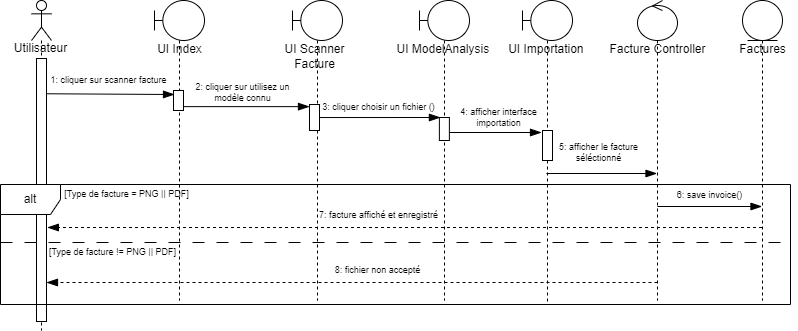
weda-mossab/PFE keeps this draw.io diagram as Conception/Sprint 3/seq_scanner_facture.drawio.png. Above is the earlier version. Source tidied: cells renumbered, new cells last; positions are measured from the earlier drawing's top-left corner, leaving out a move shared by most shapes.
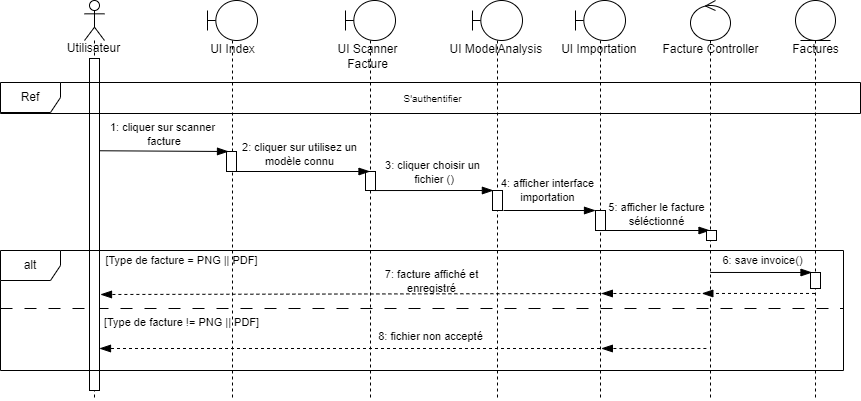
Later version of the same file.

Diff of the diagram source:
```diff
@@ -6,22 +6,22 @@
       <mxGeometry y="33" width="80" height="30" as="geometry" />
     </mxCell>
     <mxCell id="3" style="shape=umlLifeline;perimeter=lifelinePerimeter;whiteSpace=wrap;html=1;newEdgeStyle={&quot;edgeStyle&quot;:&quot;elbowEdgeStyle&quot;,&quot;elbow&quot;:&quot;vertical&quot;,&quot;curved&quot;:0,&quot;rounded&quot;:0};participant=umlActor;" parent="1" vertex="1">
-      <mxGeometry x="31" width="20" height="330" as="geometry" />
+      <mxGeometry x="31" width="20" height="400" as="geometry" />
     </mxCell>
     <mxCell id="4" style="shape=umlLifeline;perimeter=lifelinePerimeter;whiteSpace=wrap;html=1;newEdgeStyle={&quot;edgeStyle&quot;:&quot;elbowEdgeStyle&quot;,&quot;elbow&quot;:&quot;vertical&quot;,&quot;curved&quot;:0,&quot;rounded&quot;:0};participant=umlBoundary;" parent="1" vertex="1">
-      <mxGeometry x="419" width="50" height="300" as="geometry" />
+      <mxGeometry x="419" width="50" height="400" as="geometry" />
     </mxCell>
     <mxCell id="5" style="html=1;points=[];perimeter=orthogonalPerimeter;outlineConnect=0;targetShapes=umlLifeline;portConstraint=eastwest;newEdgeStyle={&quot;edgeStyle&quot;:&quot;elbowEdgeStyle&quot;,&quot;elbow&quot;:&quot;vertical&quot;,&quot;curved&quot;:0,&quot;rounded&quot;:0};" parent="4" vertex="1">
-      <mxGeometry x="19.9" y="117" width="10" height="23" as="geometry" />
+      <mxGeometry x="20" y="190" width="10" height="20" as="geometry" />
     </mxCell>
     <mxCell id="6" value="UI ModelAnalysis&amp;nbsp;" style="text;html=1;align=center;verticalAlign=middle;strokeColor=none;fillColor=none;" parent="1" vertex="1">
       <mxGeometry x="384" y="34" width="120" height="30" as="geometry" />
     </mxCell>
     <mxCell id="7" style="shape=umlLifeline;perimeter=lifelinePerimeter;whiteSpace=wrap;html=1;outlineConnect=0;portConstraint=eastwest;newEdgeStyle={&quot;edgeStyle&quot;:&quot;elbowEdgeStyle&quot;,&quot;elbow&quot;:&quot;vertical&quot;,&quot;curved&quot;:0,&quot;rounded&quot;:0};participant=umlEntity;" parent="1" vertex="1">
-      <mxGeometry x="742" width="40" height="300" as="geometry" />
+      <mxGeometry x="742" width="40" height="400" as="geometry" />
     </mxCell>
     <mxCell id="8" style="shape=umlLifeline;perimeter=lifelinePerimeter;whiteSpace=wrap;html=1;outlineConnect=0;portConstraint=eastwest;newEdgeStyle={&quot;edgeStyle&quot;:&quot;elbowEdgeStyle&quot;,&quot;elbow&quot;:&quot;vertical&quot;,&quot;curved&quot;:0,&quot;rounded&quot;:0};participant=umlControl;" parent="1" vertex="1">
-      <mxGeometry x="637" width="40" height="300" as="geometry" />
+      <mxGeometry x="637" width="40" height="400" as="geometry" />
     </mxCell>
     <mxCell id="9" value="Facture Controller" style="text;html=1;align=center;verticalAlign=middle;strokeColor=none;fillColor=none;" parent="1" vertex="1">
       <mxGeometry x="597" y="34" width="120" height="30" as="geometry" />
@@ -30,10 +30,10 @@
       <mxGeometry x="727" y="34" width="70" height="30" as="geometry" />
     </mxCell>
     <mxCell id="11" style="shape=umlLifeline;perimeter=lifelinePerimeter;whiteSpace=wrap;html=1;newEdgeStyle={&quot;edgeStyle&quot;:&quot;elbowEdgeStyle&quot;,&quot;elbow&quot;:&quot;vertical&quot;,&quot;curved&quot;:0,&quot;rounded&quot;:0};participant=umlBoundary;" parent="1" vertex="1">
-      <mxGeometry x="154" width="50" height="300" as="geometry" />
+      <mxGeometry x="154" width="50" height="400" as="geometry" />
     </mxCell>
     <mxCell id="12" style="html=1;points=[];perimeter=orthogonalPerimeter;outlineConnect=0;targetShapes=umlLifeline;portConstraint=eastwest;newEdgeStyle={&quot;edgeStyle&quot;:&quot;elbowEdgeStyle&quot;,&quot;elbow&quot;:&quot;vertical&quot;,&quot;curved&quot;:0,&quot;rounded&quot;:0};" parent="11" vertex="1">
-      <mxGeometry x="19" y="90" width="10" height="20" as="geometry" />
+      <mxGeometry x="19" y="151" width="10" height="20" as="geometry" />
     </mxCell>
     <mxCell id="13" value="UI Index" style="text;html=1;align=center;verticalAlign=middle;strokeColor=none;fillColor=none;" parent="1" vertex="1">
       <mxGeometry x="144" y="34" width="70" height="30" as="geometry" />
@@ -42,102 +42,132 @@
       <mxGeometry x="274" y="36" width="80" height="40" as="geometry" />
     </mxCell>
     <mxCell id="15" style="shape=umlLifeline;perimeter=lifelinePerimeter;whiteSpace=wrap;html=1;newEdgeStyle={&quot;edgeStyle&quot;:&quot;elbowEdgeStyle&quot;,&quot;elbow&quot;:&quot;vertical&quot;,&quot;curved&quot;:0,&quot;rounded&quot;:0};participant=umlBoundary;" parent="1" vertex="1">
-      <mxGeometry x="292" width="50" height="300" as="geometry" />
+      <mxGeometry x="292" width="50" height="400" as="geometry" />
     </mxCell>
     <mxCell id="16" style="html=1;perimeter=orthogonalPerimeter;targetShapes=umlLifeline;newEdgeStyle={&quot;edgeStyle&quot;:&quot;elbowEdgeStyle&quot;,&quot;elbow&quot;:&quot;vertical&quot;,&quot;curved&quot;:0,&quot;rounded&quot;:0};" parent="15" vertex="1">
-      <mxGeometry x="17" y="104" width="10" height="26" as="geometry" />
+      <mxGeometry x="20" y="171" width="10" height="19" as="geometry" />
     </mxCell>
     <mxCell id="17" style="endArrow=blockThin;endFill=1;endSize=9;html=1;rounded=0;exitX=0.009;exitY=1.163;exitDx=0;exitDy=0;exitPerimeter=0;startSize=5;entryX=0;entryY=0.6;entryDx=0;entryDy=0;entryPerimeter=0;" parent="1" edge="1">
       <mxGeometry relative="1" as="geometry">
-        <mxPoint x="45.2" y="93.3" as="sourcePoint" />
-        <mxPoint x="174" y="94" as="targetPoint" />
+        <mxPoint x="46.2" y="150.3" as="sourcePoint" />
+        <mxPoint x="175" y="151" as="targetPoint" />
       </mxGeometry>
     </mxCell>
-    <mxCell id="18" value="1: cliquer sur scanner facture" style="text;html=1;align=center;verticalAlign=middle;strokeColor=none;fillColor=none;fontSize=9;" parent="1" vertex="1">
-      <mxGeometry x="38" y="70" width="140" height="20" as="geometry" />
+    <mxCell id="18" value="1: cliquer sur scanner&lt;br style=&quot;font-size: 11px;&quot;&gt;&amp;nbsp;facture" style="text;html=1;align=center;verticalAlign=middle;strokeColor=none;fillColor=none;fontSize=11;" parent="1" vertex="1">
+      <mxGeometry x="44" y="114" width="130" height="40" as="geometry" />
     </mxCell>
-    <mxCell id="19" value="2: cliquer sur utilisez un &lt;br&gt;modèle connu" style="text;html=1;align=center;verticalAlign=middle;strokeColor=none;fillColor=none;fontSize=9;" parent="1" vertex="1">
-      <mxGeometry x="182" y="72" width="120" height="40" as="geometry" />
+    <mxCell id="19" value="2: cliquer sur utilisez un &lt;br style=&quot;font-size: 11px;&quot;&gt;modèle connu" style="text;html=1;align=center;verticalAlign=middle;strokeColor=none;fillColor=none;fontSize=11;" parent="1" vertex="1">
+      <mxGeometry x="176" y="134" width="140" height="40" as="geometry" />
     </mxCell>
-    <mxCell id="20" style="endArrow=blockThin;endFill=1;endSize=9;html=1;rounded=0;entryX=0.957;entryY=0.871;entryDx=0;entryDy=0;entryPerimeter=0;" parent="1" edge="1" source="12">
+    <mxCell id="20" style="endArrow=blockThin;endFill=1;endSize=9;html=1;rounded=0;" parent="1" edge="1">
       <mxGeometry relative="1" as="geometry">
-        <mxPoint x="309" y="106.1" as="targetPoint" />
+        <mxPoint x="183" y="171" as="sourcePoint" />
+        <mxPoint x="316.5" y="171" as="targetPoint" />
       </mxGeometry>
     </mxCell>
-    <mxCell id="21" value="3: cliquer choisir un fichier ()" style="text;html=1;align=center;verticalAlign=middle;strokeColor=none;fillColor=none;fontSize=9;" parent="1" vertex="1">
-      <mxGeometry x="307.9" y="97" width="140" height="20" as="geometry" />
+    <mxCell id="21" value="3: cliquer choisir un&lt;br style=&quot;font-size: 11px;&quot;&gt;&amp;nbsp;fichier ()" style="text;html=1;align=center;verticalAlign=middle;strokeColor=none;fillColor=none;fontSize=11;" parent="1" vertex="1">
+      <mxGeometry x="319" y="152" width="120" height="40" as="geometry" />
     </mxCell>
     <mxCell id="22" style="endArrow=blockThin;endFill=1;endSize=9;html=1;rounded=0;exitX=0.042;exitY=1.002;exitDx=0;exitDy=0;exitPerimeter=0;" parent="1" edge="1">
       <mxGeometry relative="1" as="geometry">
-        <mxPoint x="319.3" y="117" as="sourcePoint" />
-        <mxPoint x="439.9" y="117" as="targetPoint" />
+        <mxPoint x="319.3" y="190" as="sourcePoint" />
+        <mxPoint x="439.9" y="190" as="targetPoint" />
       </mxGeometry>
     </mxCell>
     <mxCell id="23" style="shape=umlLifeline;perimeter=lifelinePerimeter;whiteSpace=wrap;html=1;outlineConnect=0;portConstraint=eastwest;newEdgeStyle={&quot;edgeStyle&quot;:&quot;elbowEdgeStyle&quot;,&quot;elbow&quot;:&quot;vertical&quot;,&quot;curved&quot;:0,&quot;rounded&quot;:0};participant=umlBoundary;" parent="1" vertex="1">
-      <mxGeometry x="522" width="50" height="304" as="geometry" />
+      <mxGeometry x="522" width="50" height="400" as="geometry" />
     </mxCell>
     <mxCell id="24" style="html=1;points=[];perimeter=orthogonalPerimeter;outlineConnect=0;targetShapes=umlLifeline;portConstraint=eastwest;newEdgeStyle={&quot;edgeStyle&quot;:&quot;elbowEdgeStyle&quot;,&quot;elbow&quot;:&quot;vertical&quot;,&quot;curved&quot;:0,&quot;rounded&quot;:0};" parent="23" vertex="1">
-      <mxGeometry x="20" y="130" width="10" height="30" as="geometry" />
+      <mxGeometry x="20" y="210" width="10" height="20" as="geometry" />
     </mxCell>
     <mxCell id="25" value="UI Importation&amp;nbsp;" style="text;html=1;align=center;verticalAlign=middle;strokeColor=none;fillColor=none;" parent="1" vertex="1">
       <mxGeometry x="497" y="34" width="100" height="30" as="geometry" />
     </mxCell>
-    <mxCell id="26" value="4: afficher interface &lt;br&gt;importation" style="text;html=1;align=center;verticalAlign=middle;strokeColor=none;fillColor=none;fontSize=9;" parent="1" vertex="1">
-      <mxGeometry x="447.9" y="97" width="100" height="40" as="geometry" />
+    <mxCell id="26" value="4: afficher interface &lt;br style=&quot;font-size: 11px;&quot;&gt;importation" style="text;html=1;align=center;verticalAlign=middle;strokeColor=none;fillColor=none;fontSize=11;" parent="1" vertex="1">
+      <mxGeometry x="434" y="170" width="120" height="40" as="geometry" />
     </mxCell>
-    <mxCell id="27" style="endArrow=blockThin;endFill=1;endSize=9;html=1;rounded=0;" parent="1" edge="1" source="5">
+    <mxCell id="27" style="endArrow=blockThin;endFill=1;endSize=9;html=1;rounded=0;" parent="1" edge="1" target="24">
       <mxGeometry relative="1" as="geometry">
-        <mxPoint x="541" y="132" as="targetPoint" />
+        <mxPoint x="450" y="210" as="sourcePoint" />
       </mxGeometry>
     </mxCell>
     <mxCell id="28" style="line;strokeWidth=1;fillColor=none;align=left;verticalAlign=middle;spacingTop=-1;spacingLeft=3;spacingRight=3;labelPosition=right;strokeColor=inherit;dashed=1;perimeterSpacing=7;dashPattern=12 12;" parent="1" vertex="1">
-      <mxGeometry y="238" width="790" height="8" as="geometry" />
+      <mxGeometry x="-53" y="304" width="843" height="8" as="geometry" />
     </mxCell>
-    <mxCell id="29" value="[Type de facture = PNG || PDF]" style="text;html=1;align=center;verticalAlign=middle;strokeColor=none;fillColor=none;fontSize=9;" parent="1" vertex="1">
-      <mxGeometry x="51" y="184" width="150" height="20" as="geometry" />
+    <mxCell id="29" value="[Type de facture = PNG || PDF]" style="text;html=1;align=center;verticalAlign=middle;strokeColor=none;fillColor=none;fontSize=11;" parent="1" vertex="1">
+      <mxGeometry x="38" y="245" width="180" height="30" as="geometry" />
     </mxCell>
-    <mxCell id="30" style="endArrow=blockThin;endFill=1;endSize=9;html=1;rounded=0;" parent="1" edge="1" target="8">
+    <mxCell id="30" style="endArrow=blockThin;endFill=1;endSize=9;html=1;rounded=0;" parent="1" edge="1">
       <mxGeometry relative="1" as="geometry">
-        <mxPoint x="546" y="173" as="sourcePoint" />
+        <mxPoint x="546" y="230" as="sourcePoint" />
+        <mxPoint x="656.5" y="230" as="targetPoint" />
       </mxGeometry>
     </mxCell>
-    <mxCell id="31" value="5: afficher le facture &lt;br&gt;séléctionné" style="text;html=1;align=center;verticalAlign=middle;strokeColor=none;fillColor=none;fontSize=9;" parent="1" vertex="1">
-      <mxGeometry x="547.9" y="132" width="100" height="40" as="geometry" />
+    <mxCell id="31" value="5: afficher le facture &lt;br style=&quot;font-size: 11px;&quot;&gt;séléctionné" style="text;html=1;align=center;verticalAlign=middle;strokeColor=none;fillColor=none;fontSize=11;" parent="1" vertex="1">
+      <mxGeometry x="542.9" y="194" width="120" height="40" as="geometry" />
     </mxCell>
-    <mxCell id="32" style="endArrow=blockThin;endFill=1;endSize=9;html=1;rounded=0;" parent="1" edge="1">
+    <mxCell id="32" style="endArrow=blockThin;endFill=1;endSize=9;html=1;rounded=0;exitX=0.842;exitY=0.183;exitDx=0;exitDy=0;exitPerimeter=0;" parent="1" edge="1" source="40">
       <mxGeometry relative="1" as="geometry">
-        <mxPoint x="657" y="206" as="sourcePoint" />
-        <mxPoint x="761.5" y="206" as="targetPoint" />
+        <mxPoint x="758.5" y="272" as="targetPoint" />
       </mxGeometry>
     </mxCell>
-    <mxCell id="33" value="6: save invoice()" style="text;html=1;align=center;verticalAlign=middle;strokeColor=none;fillColor=none;fontSize=9;" parent="1" vertex="1">
-      <mxGeometry x="663.9" y="185" width="90" height="20" as="geometry" />
+    <mxCell id="33" value="6: save invoice()" style="text;html=1;align=center;verticalAlign=middle;strokeColor=none;fillColor=none;fontSize=11;" parent="1" vertex="1">
+      <mxGeometry x="658.9" y="245" width="100" height="30" as="geometry" />
     </mxCell>
-    <mxCell id="34" style="endArrow=blockThin;endFill=1;endSize=9;html=1;rounded=0;entryX=0.072;entryY=0.3;entryDx=0;entryDy=0;entryPerimeter=0;dashed=1;" parent="1" edge="1" source="7">
+    <mxCell id="34" style="endArrow=blockThin;endFill=1;endSize=9;html=1;rounded=0;entryX=0.832;entryY=0.358;entryDx=0;entryDy=0;entryPerimeter=0;dashed=1;" parent="1" edge="1" target="40">
       <mxGeometry relative="1" as="geometry">
-        <mxPoint x="46.9" y="227" as="targetPoint" />
+        <mxPoint x="761.5" y="293" as="sourcePoint" />
       </mxGeometry>
     </mxCell>
-    <mxCell id="35" value="[Type de facture != PNG || PDF]" style="text;html=1;align=center;verticalAlign=middle;strokeColor=none;fillColor=none;fontSize=9;" parent="1" vertex="1">
-      <mxGeometry x="37" y="242" width="150" height="20" as="geometry" />
+    <mxCell id="35" value="[Type de facture != PNG || PDF]" style="text;html=1;align=center;verticalAlign=middle;strokeColor=none;fillColor=none;fontSize=11;" parent="1" vertex="1">
+      <mxGeometry x="38" y="307" width="180" height="30" as="geometry" />
     </mxCell>
     <mxCell id="36" style="html=1;perimeter=orthogonalPerimeter;targetShapes=umlLifeline;newEdgeStyle={&quot;edgeStyle&quot;:&quot;elbowEdgeStyle&quot;,&quot;elbow&quot;:&quot;vertical&quot;,&quot;curved&quot;:0,&quot;rounded&quot;:0};" parent="1" vertex="1">
-      <mxGeometry x="36" y="58" width="10" height="263" as="geometry" />
+      <mxGeometry x="36" y="58" width="10" height="332" as="geometry" />
     </mxCell>
-    <mxCell id="37" value="7: facture affiché et enregistré" style="text;html=1;align=center;verticalAlign=middle;strokeColor=none;fillColor=none;fontSize=9;" parent="1" vertex="1">
-      <mxGeometry x="307.9" y="205" width="140" height="20" as="geometry" />
+    <mxCell id="37" value="7: facture affiché et &lt;br&gt;enregistré" style="text;html=1;align=center;verticalAlign=middle;strokeColor=none;fillColor=none;fontSize=11;" parent="1" vertex="1">
+      <mxGeometry x="317.9" y="261" width="120" height="40" as="geometry" />
     </mxCell>
-    <mxCell id="38" value="8: fichier non accepté" style="text;html=1;align=center;verticalAlign=middle;strokeColor=none;fillColor=none;fontSize=9;" parent="1" vertex="1">
-      <mxGeometry x="322" y="260" width="110" height="20" as="geometry" />
+    <mxCell id="38" value="8: fichier non accepté" style="text;html=1;align=center;verticalAlign=middle;strokeColor=none;fillColor=none;fontSize=11;" parent="1" vertex="1">
+      <mxGeometry x="312" y="321" width="130" height="30" as="geometry" />
     </mxCell>
-    <mxCell id="39" style="endArrow=blockThin;endFill=1;endSize=9;html=1;rounded=0;entryX=0.072;entryY=0.3;entryDx=0;entryDy=0;entryPerimeter=0;dashed=1;" parent="1" edge="1">
+    <mxCell id="39" style="endArrow=blockThin;endFill=1;endSize=9;html=1;rounded=0;entryX=0.072;entryY=0.3;entryDx=0;entryDy=0;entryPerimeter=0;dashed=1;" parent="1" edge="1" source="23">
       <mxGeometry relative="1" as="geometry">
-        <mxPoint x="657" y="282" as="sourcePoint" />
-        <mxPoint x="46" y="282" as="targetPoint" />
+        <mxPoint x="46" y="348" as="targetPoint" />
       </mxGeometry>
     </mxCell>
     <mxCell id="40" value="alt" style="shape=umlFrame;whiteSpace=wrap;html=1;" parent="1" vertex="1">
-      <mxGeometry y="184" width="790" height="120" as="geometry" />
+      <mxGeometry x="-53" y="250" width="843" height="120" as="geometry" />
     </mxCell>
+    <mxCell id="41" style="endArrow=blockThin;endFill=1;endSize=9;html=1;rounded=0;entryX=0.832;entryY=0.358;entryDx=0;entryDy=0;entryPerimeter=0;dashed=1;" parent="1" edge="1">
+      <mxGeometry relative="1" as="geometry">
+        <mxPoint x="652.9" y="293" as="sourcePoint" />
+        <mxPoint x="547.9" y="293" as="targetPoint" />
+      </mxGeometry>
+    </mxCell>
+    <mxCell id="42" style="endArrow=blockThin;endFill=1;endSize=9;html=1;rounded=0;dashed=1;" parent="1" edge="1">
+      <mxGeometry relative="1" as="geometry">
+        <mxPoint x="547.9" y="293" as="sourcePoint" />
+        <mxPoint x="47" y="294" as="targetPoint" />
+      </mxGeometry>
+    </mxCell>
+    <mxCell id="43" style="endArrow=blockThin;endFill=1;endSize=9;html=1;rounded=0;entryX=0.832;entryY=0.358;entryDx=0;entryDy=0;entryPerimeter=0;dashed=1;" parent="1" edge="1">
+      <mxGeometry relative="1" as="geometry">
+        <mxPoint x="652.9" y="348" as="sourcePoint" />
+        <mxPoint x="547.9" y="348" as="targetPoint" />
+      </mxGeometry>
+    </mxCell>
+    <mxCell id="44" value="Ref" style="shape=umlFrame;whiteSpace=wrap;html=1;" parent="1" vertex="1">
+      <mxGeometry x="-53" y="82" width="860" height="31" as="geometry" />
+    </mxCell>
+    <mxCell id="45" value="S'authentifier" style="text;html=1;align=center;verticalAlign=middle;strokeColor=none;fillColor=none;fontSize=10;" parent="1" vertex="1">
+      <mxGeometry x="339" y="82.5" width="80" height="30" as="geometry" />
+    </mxCell>
+    <mxCell id="46" style="html=1;perimeter=orthogonalPerimeter;targetShapes=umlLifeline;newEdgeStyle={&quot;edgeStyle&quot;:&quot;elbowEdgeStyle&quot;,&quot;elbow&quot;:&quot;vertical&quot;,&quot;curved&quot;:0,&quot;rounded&quot;:0};" parent="1" vertex="1">
+      <mxGeometry x="653" y="230" width="10" height="10" as="geometry" />
+    </mxCell>
+    <mxCell id="47" style="html=1;perimeter=orthogonalPerimeter;targetShapes=umlLifeline;newEdgeStyle={&quot;edgeStyle&quot;:&quot;elbowEdgeStyle&quot;,&quot;elbow&quot;:&quot;vertical&quot;,&quot;curved&quot;:0,&quot;rounded&quot;:0};" parent="1" vertex="1">
+      <mxGeometry x="757" y="272" width="10" height="16" as="geometry" />
+    </mxCell>
   </root>
 </mxGraphModel>
```
